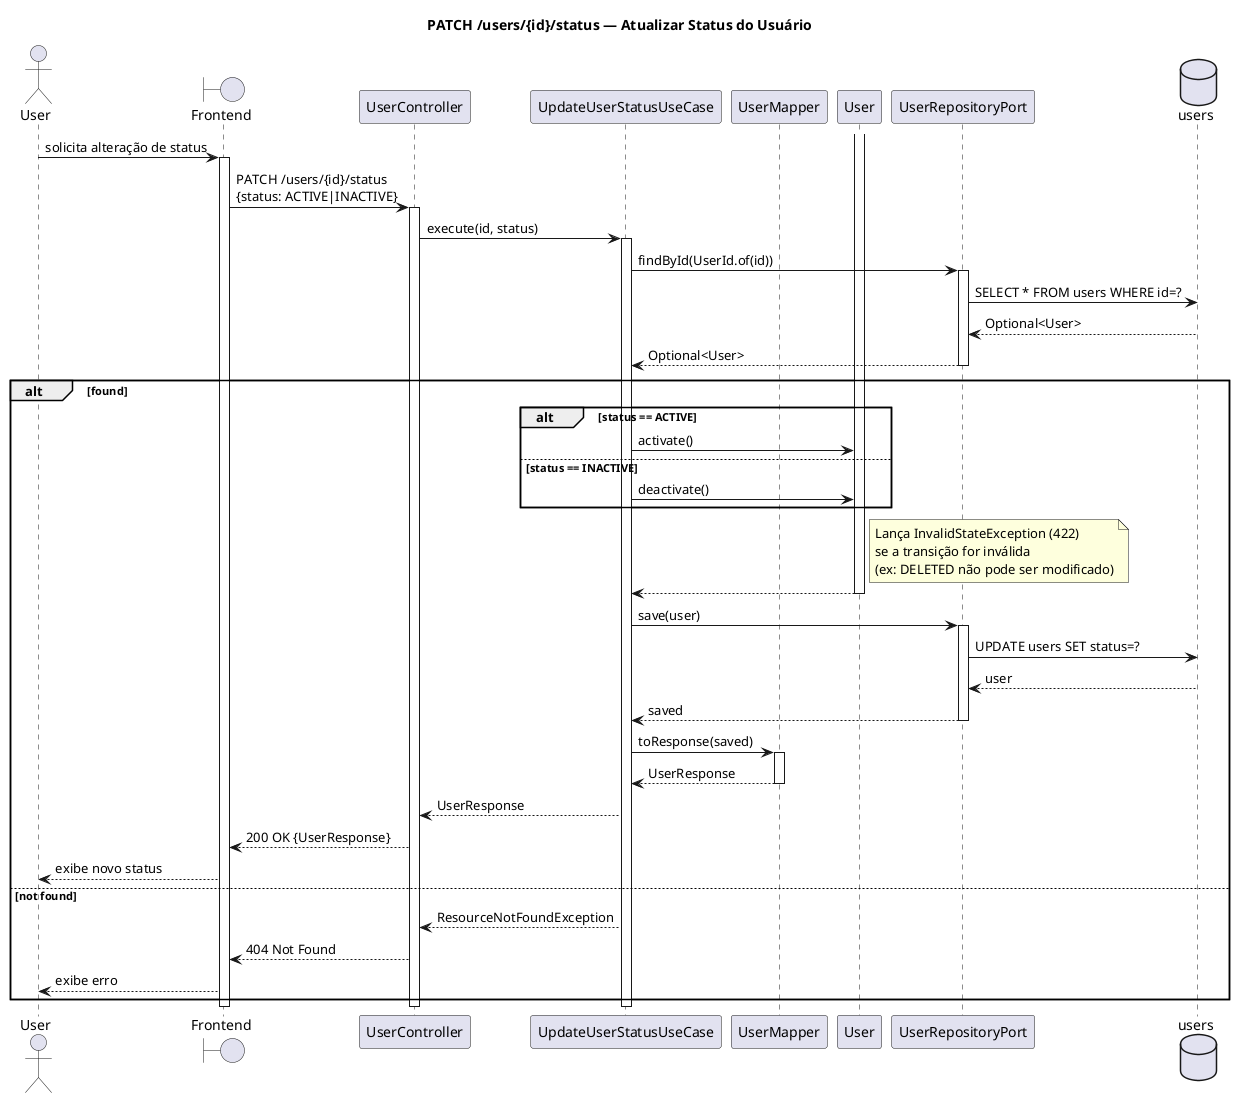
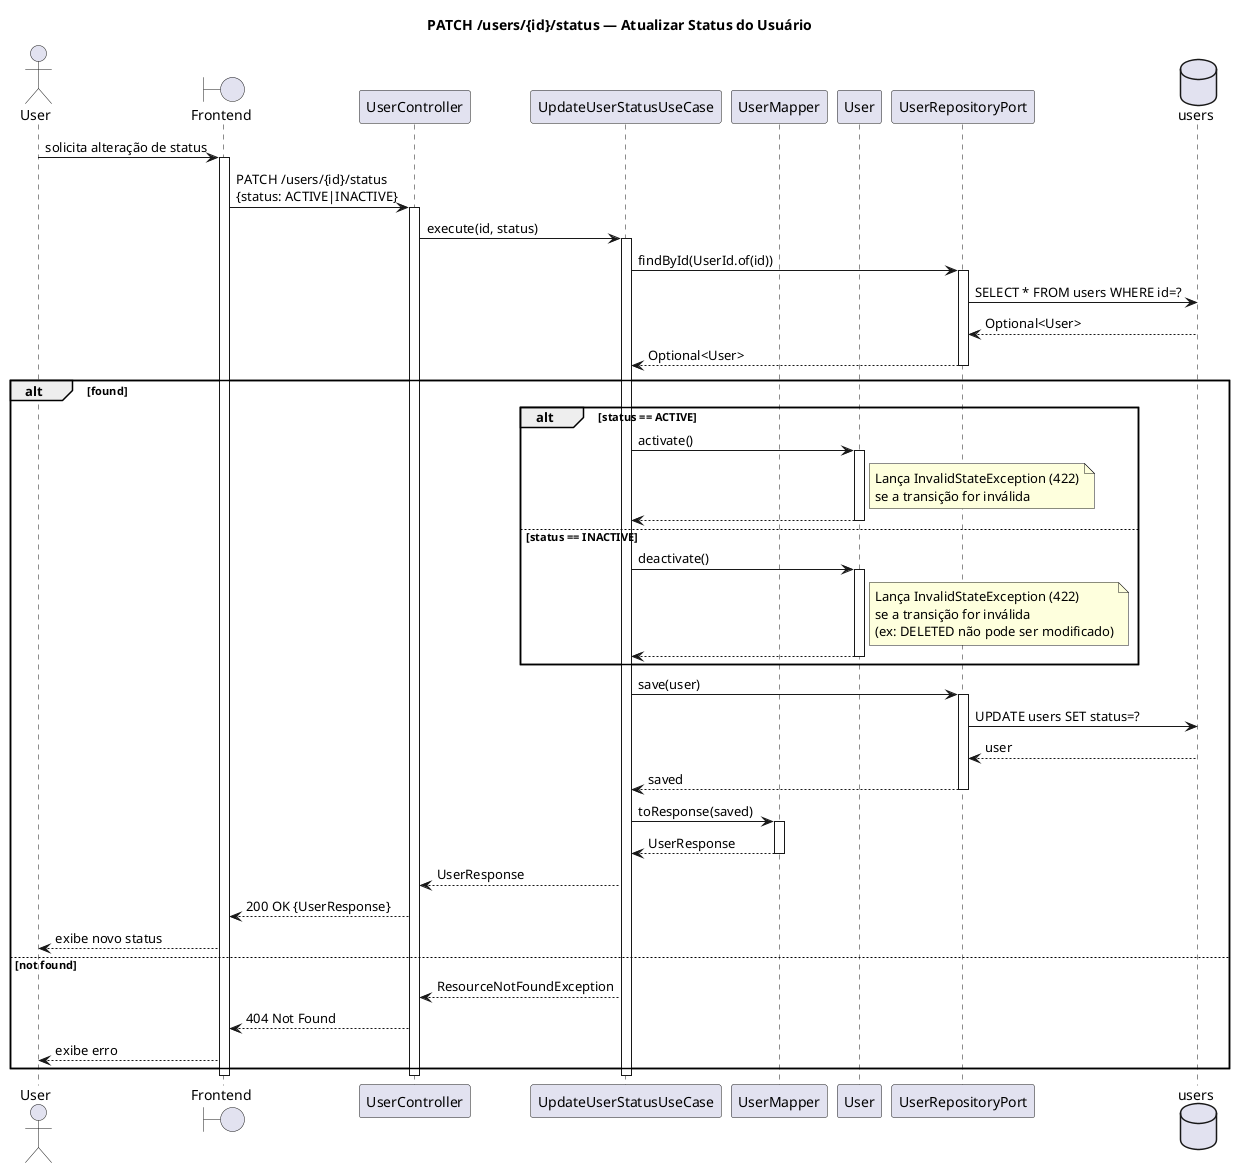
@startuml update_user_status

title PATCH /users/{id}/status — Atualizar Status do Usuário

actor User
boundary "Frontend" as FE
participant "UserController" as Ctrl
participant "UpdateUserStatusUseCase" as UC
participant "UserMapper" as Mapper
participant "User" as Entity
participant "UserRepositoryPort" as Repo
database "users" as DB

User -> FE: solicita alteração de status
activate FE
FE -> Ctrl: PATCH /users/{id}/status\n{status: ACTIVE|INACTIVE}
activate Ctrl

Ctrl -> UC: execute(id, status)
activate UC

UC -> Repo: findById(UserId.of(id))
activate Repo
Repo -> DB: SELECT * FROM users WHERE id=?
DB --> Repo: Optional<User>
Repo --> UC: Optional<User>
deactivate Repo

alt found

  alt status == ACTIVE
    UC -> Entity: activate()
+     activate Entity
+     note right of Entity: Lança InvalidStateException (422)\nse a transição for inválida
+     Entity --> UC:
+     deactivate Entity
  else status == INACTIVE
    UC -> Entity: deactivate()
+     activate Entity
+     note right of Entity: Lança InvalidStateException (422)\nse a transição for inválida\n(ex: DELETED não pode ser modificado)
+     Entity --> UC:
+     deactivate Entity
  end
- 
-   activate Entity
-   note right of Entity: Lança InvalidStateException (422)\nse a transição for inválida\n(ex: DELETED não pode ser modificado)
-   Entity --> UC:
-   deactivate Entity

  UC -> Repo: save(user)
  activate Repo
  Repo -> DB: UPDATE users SET status=?
  DB --> Repo: user
  Repo --> UC: saved
  deactivate Repo

  UC -> Mapper: toResponse(saved)
  activate Mapper
  Mapper --> UC: UserResponse
  deactivate Mapper

  UC --> Ctrl: UserResponse
  Ctrl --> FE: 200 OK {UserResponse}
  FE --> User: exibe novo status
else not found
  UC --> Ctrl: ResourceNotFoundException
  Ctrl --> FE: 404 Not Found
  FE --> User: exibe erro
end

deactivate UC
deactivate Ctrl
deactivate FE

@enduml
